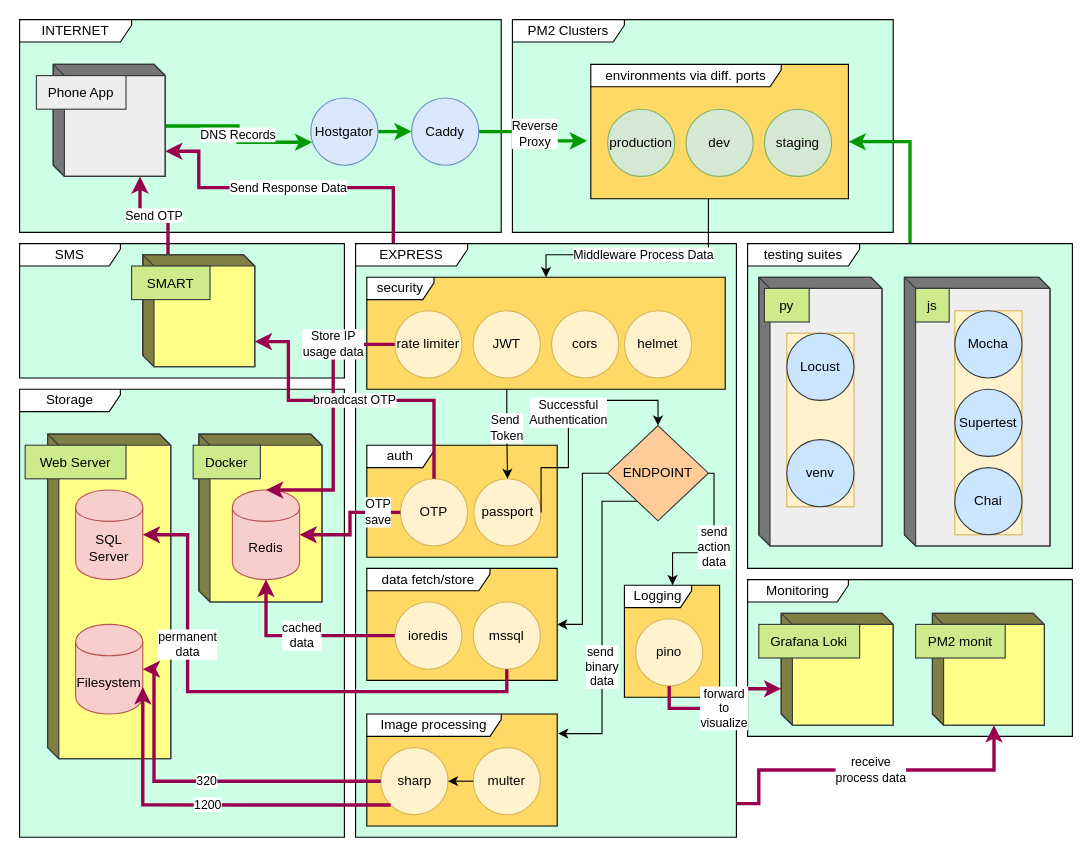
The draw.io diagram ARCHITECTUREBCCAPP.drawio in mccndcg/erds, before the edit. Source tidied: cells renumbered, new cells numbered last; positions are measured from the earlier drawing's top-left corner, leaving out a move shared by most shapes. Both pictures are drawn from the tidied source at 112%, with x=0, y=0 at pixel (19, 19).
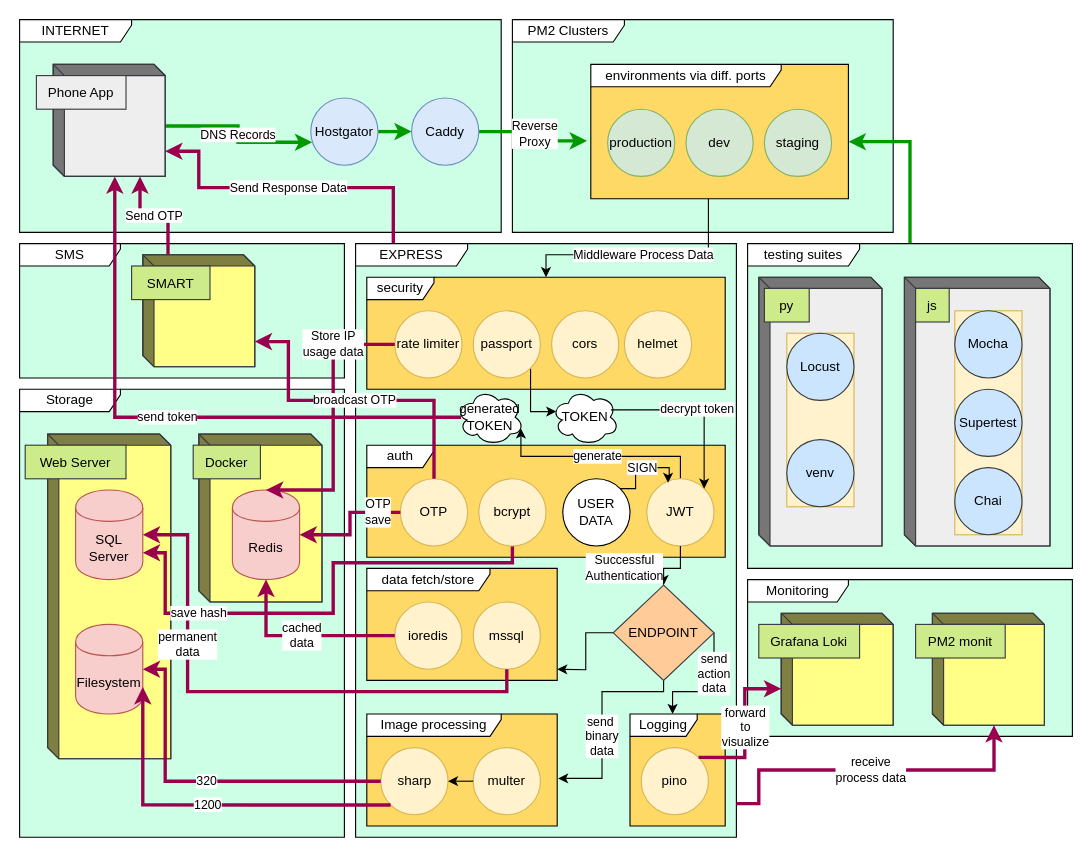
Above is the later version.

Unchanged cells that the change refers to:
```xml
<mxCell id="9" style="html=1;dashed=0;whiteSpace=wrap;shape=mxgraph.dfd.externalEntity;fillColor=#eeeeee;strokeColor=#36393d;" parent="1" vertex="1">
  <mxGeometry x="30" y="40" width="100" height="100" as="geometry" />
</mxCell>
<mxCell id="12" style="html=1;dashed=0;whiteSpace=wrap;shape=mxgraph.dfd.externalEntity;fillColor=#ffff88;strokeColor=#36393d;" parent="1" vertex="1">
  <mxGeometry x="680" y="530" width="100" height="100" as="geometry" />
</mxCell>
<mxCell id="29" value="SQL Server" style="shape=cylinder;whiteSpace=wrap;html=1;boundedLbl=1;backgroundOutline=1;fillColor=#f8cecc;strokeColor=#b85450;" parent="27" vertex="1">
  <mxGeometry x="25" y="50" width="60" height="80" as="geometry" />
</mxCell>
<mxCell id="30" value="Filesystem" style="shape=cylinder;whiteSpace=wrap;html=1;boundedLbl=1;backgroundOutline=1;fillColor=#f8cecc;strokeColor=#b85450;" parent="27" vertex="1">
  <mxGeometry x="25" y="170" width="60" height="80" as="geometry" />
</mxCell>
<mxCell id="39" value="Logging" style="shape=umlFrame;whiteSpace=wrap;html=1;width=60;height=20;swimlaneFillColor=#FFD966;" parent="38" vertex="1">
  <mxGeometry width="85" height="100" as="geometry" />
</mxCell>
<mxCell id="40" value="pino" style="shape=ellipse;html=1;dashed=0;whiteSpace=wrap;perimeter=ellipsePerimeter;fillColor=#fff2cc;strokeColor=#d6b656;" parent="38" vertex="1">
  <mxGeometry x="10" y="30" width="60" height="60" as="geometry" />
</mxCell>
<mxCell id="55" value="data fetch/store" style="shape=umlFrame;whiteSpace=wrap;html=1;width=110;height=20;swimlaneFillColor=#FFD966;" parent="54" vertex="1">
  <mxGeometry width="170" height="100" as="geometry" />
</mxCell>
<mxCell id="66" value="Image processing" style="shape=umlFrame;whiteSpace=wrap;html=1;width=120;height=20;swimlaneFillColor=#FFD966;" parent="65" vertex="1">
  <mxGeometry width="170" height="100" as="geometry" />
</mxCell>
<mxCell id="67" value="sharp" style="shape=ellipse;html=1;dashed=0;whiteSpace=wrap;perimeter=ellipsePerimeter;fillColor=#fff2cc;strokeColor=#d6b656;" parent="65" vertex="1">
  <mxGeometry x="12.5" y="30" width="60" height="60" as="geometry" />
</mxCell>
<mxCell id="72" value="rate limiter" style="shape=ellipse;html=1;dashed=0;whiteSpace=wrap;perimeter=ellipsePerimeter;fillColor=#fff2cc;strokeColor=#d6b656;" parent="70" vertex="1">
  <mxGeometry x="25" y="30" width="60" height="60" as="geometry" />
</mxCell>
<mxCell id="79" value="Redis" style="shape=cylinder;whiteSpace=wrap;html=1;boundedLbl=1;backgroundOutline=1;fillColor=#f8cecc;strokeColor=#b85450;" parent="77" vertex="1">
  <mxGeometry x="30" y="50" width="60" height="80" as="geometry" />
</mxCell>
```

Diff of the diagram source:
```diff
@@
     <mxCell id="38" style="group;" parent="1" vertex="1">
-      <mxGeometry x="540" y="505" width="85" height="100" as="geometry" />
+      <mxGeometry x="545" y="620" width="85" height="100" as="geometry" />
     </mxCell>
@@
-    <mxCell id="42" value="send&lt;br&gt;action&lt;br&gt;data" style="edgeStyle=orthogonalEdgeStyle;rounded=0;jettySize=auto;html=1;exitX=1;exitY=0.5;exitDx=0;exitDy=0;" parent="1" edge="1" source="45" target="39">
-      <mxGeometry relative="1" as="geometry">
+    <mxCell id="42" value="send&lt;br&gt;action&lt;br&gt;data" style="edgeStyle=orthogonalEdgeStyle;rounded=0;jettySize=auto;html=1;exitX=1;exitY=0.5;exitDx=0;exitDy=0;" parent="1" edge="1" source="45">
+      <mxGeometry x="-0.34" relative="1" as="geometry">
+        <mxPoint x="583" y="620" as="targetPoint" />
         <Array as="points">
-          <mxPoint x="620" y="405" />
-          <mxPoint x="620" y="476" />
-          <mxPoint x="583" y="476" />
+          <mxPoint x="620" y="600" />
+          <mxPoint x="583" y="600" />
         </Array>
       </mxGeometry>
     </mxCell>
-    <mxCell id="43" value="send&amp;nbsp;&lt;br&gt;binary&lt;br&gt;data" style="edgeStyle=orthogonalEdgeStyle;rounded=0;jettySize=auto;html=1;exitX=0.5;exitY=1;exitDx=0;exitDy=0;entryX=1.005;entryY=0.175;entryDx=0;entryDy=0;entryPerimeter=0;" parent="1" edge="1" source="45" target="66">
-      <mxGeometry x="0.37" relative="1" as="geometry">
+    <mxCell id="43" value="send&amp;nbsp;&lt;br&gt;binary&lt;br&gt;data" style="edgeStyle=orthogonalEdgeStyle;rounded=0;jettySize=auto;html=1;exitX=0.5;exitY=1;exitDx=0;exitDy=0;entryX=1.005;entryY=0.175;entryDx=0;entryDy=0;entryPerimeter=0;" parent="1" edge="1" source="45">
+      <mxGeometry x="0.16" relative="1" as="geometry">
+        <mxPoint x="480.8" y="677.5" as="targetPoint" />
         <Array as="points">
-          <mxPoint x="570" y="430" />
-          <mxPoint x="520" y="430" />
-          <mxPoint x="520" y="638" />
+          <mxPoint x="575" y="600" />
+          <mxPoint x="520" y="600" />
+          <mxPoint x="520" y="678" />
         </Array>
       </mxGeometry>
     </mxCell>
-    <mxCell id="44" style="edgeStyle=orthogonalEdgeStyle;rounded=0;jettySize=auto;html=1;exitX=0;exitY=0.5;exitDx=0;exitDy=0;entryX=1;entryY=0.5;entryDx=0;entryDy=0;entryPerimeter=0;" parent="1" edge="1" source="45" target="55">
-      <mxGeometry relative="1" as="geometry" />
+    <mxCell id="44" style="edgeStyle=orthogonalEdgeStyle;rounded=0;jettySize=auto;html=1;exitX=0;exitY=0.5;exitDx=0;exitDy=0;entryX=1;entryY=0.5;entryDx=0;entryDy=0;entryPerimeter=0;" parent="1" edge="1" source="45">
+      <mxGeometry relative="1" as="geometry">
+        <mxPoint x="480" y="580" as="targetPoint" />
+      </mxGeometry>
     </mxCell>
     <mxCell id="45" value="ENDPOINT" style="shape=rhombus;html=1;dashed=0;whiteSpace=wrap;perimeter=rhombusPerimeter;fillColor=#ffcc99;strokeColor=#36393d;" parent="1" vertex="1">
-      <mxGeometry x="525" y="362.5" width="90" height="85" as="geometry" />
+      <mxGeometry x="530" y="505" width="90" height="85" as="geometry" />
     </mxCell>
@@
-    <mxCell id="49" value="forward&lt;br&gt;to&lt;br&gt;visualize" style="edgeStyle=orthogonalEdgeStyle;rounded=0;jettySize=auto;html=1;exitX=0.5;exitY=1;exitDx=0;exitDy=0;entryX=0;entryY=0;entryDx=0;entryDy=67.5;entryPerimeter=0;strokeColor=#99004D;strokeWidth=3;" parent="1" edge="1" source="40" target="12">
+    <mxCell id="49" value="forward&lt;br&gt;to&lt;br&gt;visualize" style="edgeStyle=orthogonalEdgeStyle;rounded=0;jettySize=auto;html=1;exitX=1;exitY=0;exitDx=0;exitDy=0;entryX=0;entryY=0;entryDx=0;entryDy=67.5;entryPerimeter=0;strokeColor=#99004D;strokeWidth=3;" parent="1" edge="1" source="40" target="12">
       <mxGeometry relative="1" as="geometry" />
     </mxCell>
@@
-    <mxCell id="58" style="group;" parent="1" vertex="1">
-      <mxGeometry x="310" y="380" width="170" height="100" as="geometry" />
-    </mxCell>
-    <mxCell id="59" value="auth" style="shape=umlFrame;whiteSpace=wrap;html=1;width=60;height=20;swimlaneFillColor=#FFD966;" parent="58" vertex="1">
-      <mxGeometry width="170" height="100" as="geometry" />
-    </mxCell>
-    <mxCell id="60" value="passport" style="shape=ellipse;html=1;dashed=0;whiteSpace=wrap;perimeter=ellipsePerimeter;fillColor=#fff2cc;strokeColor=#d6b656;" parent="58" vertex="1">
-      <mxGeometry x="95.6" y="30" width="60" height="60" as="geometry" />
-    </mxCell>
-    <mxCell id="61" value="OTP" style="shape=ellipse;html=1;dashed=0;whiteSpace=wrap;perimeter=ellipsePerimeter;fillColor=#fff2cc;strokeColor=#d6b656;" parent="58" vertex="1">
-      <mxGeometry x="30" y="30" width="60" height="60" as="geometry" />
-    </mxCell>
@@
-    <mxCell id="63" value="Successful&lt;br&gt;Authentication" style="edgeStyle=orthogonalEdgeStyle;rounded=0;jettySize=auto;html=1;exitX=1;exitY=0.5;exitDx=0;exitDy=0;entryX=0.5;entryY=0;entryDx=0;entryDy=0;" parent="1" edge="1" source="60" target="45">
-      <mxGeometry relative="1" as="geometry">
-        <Array as="points">
-          <mxPoint x="466" y="400" />
-          <mxPoint x="490" y="400" />
-          <mxPoint x="490" y="340" />
-          <mxPoint x="570" y="340" />
-        </Array>
-      </mxGeometry>
-    </mxCell>
-    <mxCell id="64" value="Send&amp;nbsp;&lt;br&gt;Token" style="edgeStyle=orthogonalEdgeStyle;rounded=0;jettySize=auto;html=1;exitX=0.5;exitY=1;exitDx=0;exitDy=0;entryX=0.5;entryY=0;entryDx=0;entryDy=0;" parent="1" edge="1" source="75" target="60">
-      <mxGeometry relative="1" as="geometry" />
-    </mxCell>
@@
     <mxCell id="70" style="group;" parent="1" vertex="1">
-      <mxGeometry x="310" y="230" width="320" height="100" as="geometry" />
+      <mxGeometry x="310" y="230" width="320" height="190" as="geometry" />
     </mxCell>
@@
+    <mxCell id="86" style="edgeStyle=orthogonalEdgeStyle;rounded=0;jettySize=auto;html=1;exitX=1;exitY=1;exitDx=0;exitDy=0;entryX=0.07;entryY=0.4;entryDx=0;entryDy=0;entryPerimeter=0;" parent="70" edge="1" source="75" target="87">
+      <mxGeometry relative="1" as="geometry">
+        <Array as="points">
+          <mxPoint x="146" y="120" />
+        </Array>
+      </mxGeometry>
+    </mxCell>
-    <mxCell id="75" value="JWT" style="shape=ellipse;html=1;dashed=0;whiteSpace=wrap;perimeter=ellipsePerimeter;fillColor=#fff2cc;strokeColor=#d6b656;" parent="70" vertex="1">
+    <mxCell id="75" value="passport" style="shape=ellipse;html=1;dashed=0;whiteSpace=wrap;perimeter=ellipsePerimeter;fillColor=#fff2cc;strokeColor=#d6b656;" parent="70" vertex="1">
       <mxGeometry x="95" y="30" width="60" height="60" as="geometry" />
     </mxCell>
+    <mxCell id="87" value="TOKEN" style="shape=cloud;whiteSpace=wrap;html=1;" parent="70" vertex="1">
+      <mxGeometry x="165" y="100" width="60" height="50" as="geometry" />
+    </mxCell>
@@
     <mxCell id="81" value="320" style="edgeStyle=orthogonalEdgeStyle;rounded=0;jettySize=auto;html=1;exitX=0;exitY=0.5;exitDx=0;exitDy=0;entryX=1;entryY=0.5;entryDx=0;entryDy=0;strokeColor=#99004D;strokeWidth=3;" parent="1" edge="1" source="67" target="30">
       <mxGeometry relative="1" as="geometry">
         <Array as="points">
-          <mxPoint x="120" y="680" />
-          <mxPoint x="120" y="580" />
+          <mxPoint x="130" y="680" />
+          <mxPoint x="130" y="580" />
         </Array>
       </mxGeometry>
     </mxCell>
@@
+    <mxCell id="84" value="Store IP&lt;br&gt;usage data" style="edgeStyle=orthogonalEdgeStyle;rounded=0;jettySize=auto;html=1;exitX=0;exitY=0.5;exitDx=0;exitDy=0;entryX=0.5;entryY=0;entryDx=0;entryDy=0;strokeColor=#99004D;strokeWidth=3;" parent="1" edge="1" source="72" target="79">
+      <mxGeometry x="-0.55" relative="1" as="geometry">
+        <Array as="points">
+          <mxPoint x="280" y="290" />
+          <mxPoint x="280" y="420" />
+        </Array>
+      </mxGeometry>
+    </mxCell>
+    <mxCell id="59" value="auth" style="shape=umlFrame;whiteSpace=wrap;html=1;width=60;height=20;swimlaneFillColor=#FFD966;" parent="1" vertex="1">
+      <mxGeometry x="310" y="380" width="320" height="100" as="geometry" />
+    </mxCell>
+    <mxCell id="88" value="generate" style="edgeStyle=orthogonalEdgeStyle;rounded=0;jettySize=auto;html=1;exitX=0.5;exitY=0;exitDx=0;exitDy=0;entryX=0.96;entryY=0.7;entryDx=0;entryDy=0;entryPerimeter=0;" parent="1" edge="1" source="60" target="94">
+      <mxGeometry relative="1" as="geometry">
+        <Array as="points">
+          <mxPoint x="590" y="390" />
+          <mxPoint x="448" y="390" />
+        </Array>
+      </mxGeometry>
+    </mxCell>
+    <mxCell id="60" value="JWT" style="shape=ellipse;html=1;dashed=0;whiteSpace=wrap;perimeter=ellipsePerimeter;fillColor=#fff2cc;strokeColor=#d6b656;" parent="1" vertex="1">
+      <mxGeometry x="560" y="410" width="60" height="60" as="geometry" />
+    </mxCell>
+    <mxCell id="61" value="OTP" style="shape=ellipse;html=1;dashed=0;whiteSpace=wrap;perimeter=ellipsePerimeter;fillColor=#fff2cc;strokeColor=#d6b656;" parent="1" vertex="1">
+      <mxGeometry x="340" y="410" width="60" height="60" as="geometry" />
+    </mxCell>
+    <mxCell id="89" value="save hash" style="edgeStyle=orthogonalEdgeStyle;rounded=0;jettySize=auto;html=1;exitX=0.5;exitY=1;exitDx=0;exitDy=0;entryX=1;entryY=0.7;entryDx=0;entryDy=0;strokeColor=#99004D;strokeWidth=3;" parent="1" edge="1" source="90" target="29">
+      <mxGeometry x="0.53" relative="1" as="geometry">
+        <Array as="points">
+          <mxPoint x="440" y="485" />
+          <mxPoint x="280" y="485" />
+          <mxPoint x="280" y="530" />
+          <mxPoint x="130" y="530" />
+          <mxPoint x="130" y="476" />
+        </Array>
+      </mxGeometry>
+    </mxCell>
+    <mxCell id="90" value="bcrypt" style="shape=ellipse;html=1;dashed=0;whiteSpace=wrap;perimeter=ellipsePerimeter;fillColor=#fff2cc;strokeColor=#d6b656;" parent="1" vertex="1">
+      <mxGeometry x="410" y="410" width="60" height="60" as="geometry" />
+    </mxCell>
@@
-    <mxCell id="84" value="Store IP&lt;br&gt;usage data" style="edgeStyle=orthogonalEdgeStyle;rounded=0;jettySize=auto;html=1;exitX=0;exitY=0.5;exitDx=0;exitDy=0;entryX=0.5;entryY=0;entryDx=0;entryDy=0;strokeColor=#99004D;strokeWidth=3;" parent="1" edge="1" source="72" target="79">
-      <mxGeometry x="-0.55" relative="1" as="geometry">
-        <Array as="points">
-          <mxPoint x="280" y="290" />
-          <mxPoint x="280" y="420" />
-        </Array>
-      </mxGeometry>
-    </mxCell>
@@
+    <mxCell id="63" value="Successful&lt;br&gt;Authentication" style="edgeStyle=orthogonalEdgeStyle;rounded=0;jettySize=auto;html=1;exitX=0.5;exitY=1;exitDx=0;exitDy=0;entryX=0.5;entryY=0;entryDx=0;entryDy=0;" parent="1" edge="1" source="60" target="45">
+      <mxGeometry x="0.4" y="-35" relative="1" as="geometry">
+        <Array as="points">
+          <mxPoint x="590" y="490" />
+          <mxPoint x="575" y="490" />
+        </Array>
+      </mxGeometry>
+    </mxCell>
+    <mxCell id="91" value="SIGN" style="edgeStyle=orthogonalEdgeStyle;rounded=0;jettySize=auto;html=1;exitX=1;exitY=0;exitDx=0;exitDy=0;entryX=0.317;entryY=0.06;entryDx=0;entryDy=0;entryPerimeter=0;" parent="1" edge="1" source="92" target="60">
+      <mxGeometry relative="1" as="geometry">
+        <Array as="points">
+          <mxPoint x="550" y="419" />
+          <mxPoint x="550" y="400" />
+          <mxPoint x="580" y="400" />
+          <mxPoint x="580" y="410" />
+          <mxPoint x="579" y="410" />
+        </Array>
+      </mxGeometry>
+    </mxCell>
+    <mxCell id="92" value="USER&lt;br&gt;DATA" style="shape=ellipse;html=1;dashed=0;whiteSpace=wrap;perimeter=ellipsePerimeter;" parent="1" vertex="1">
+      <mxGeometry x="485" y="410" width="60" height="60" as="geometry" />
+    </mxCell>
+    <mxCell id="64" value="decrypt token" style="edgeStyle=orthogonalEdgeStyle;rounded=0;jettySize=auto;html=1;exitX=0.883;exitY=0.369;exitDx=0;exitDy=0;entryX=1;entryY=0;entryDx=0;entryDy=0;exitPerimeter=0;" parent="1" edge="1" source="87" target="60">
+      <mxGeometry relative="1" as="geometry" />
+    </mxCell>
+    <mxCell id="93" value="send token" style="edgeStyle=orthogonalEdgeStyle;rounded=0;jettySize=auto;html=1;exitX=0.044;exitY=0.531;exitDx=0;exitDy=0;exitPerimeter=0;entryX=0;entryY=0;entryDx=55;entryDy=100;entryPerimeter=0;strokeColor=#99004D;strokeWidth=3;" parent="1" edge="1" source="94" target="9">
+      <mxGeometry relative="1" as="geometry">
+        <Array as="points">
+          <mxPoint x="393" y="355" />
+          <mxPoint x="85" y="355" />
+        </Array>
+      </mxGeometry>
+    </mxCell>
+    <mxCell id="94" value="generated&lt;br&gt;TOKEN" style="shape=cloud;whiteSpace=wrap;html=1;" parent="1" vertex="1">
+      <mxGeometry x="390" y="330" width="60" height="50" as="geometry" />
+    </mxCell>
```
